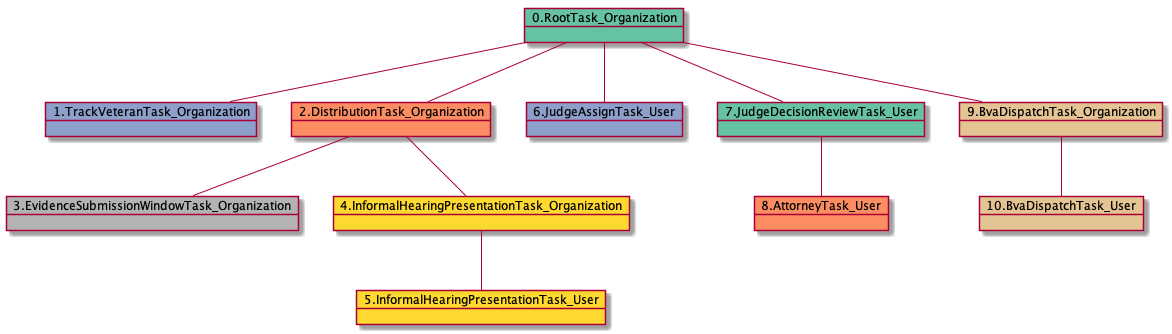
yoomlam/graphing keeps this PlantUML diagram as docs-ES/uml/RTO.TVTO.DTO.ESWTO.IHPTO.IHPTU.JATU.JDRTU-15370.png. Above is the earlier version.
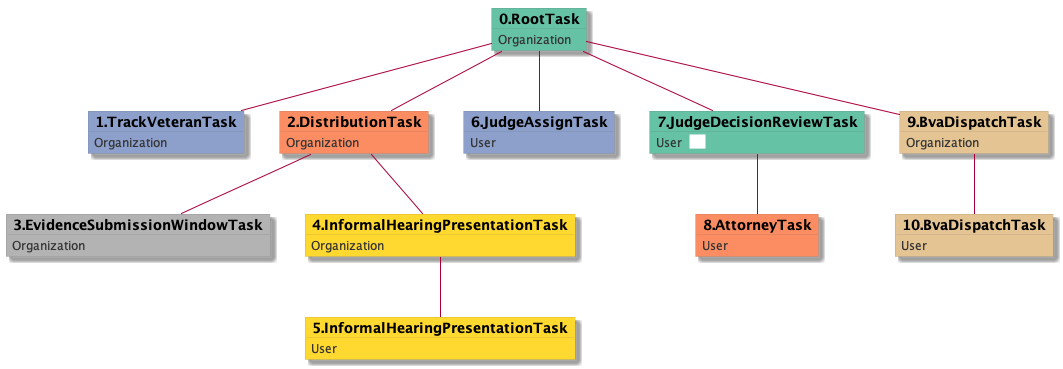
The same diagram one commit later.

What changed in the source:
```diff
@@ -1,23 +1,53 @@
 @startuml
-object 0.RootTask_Organization #66c2a5
-object 1.TrackVeteranTask_Organization #8da0cb
-object 2.DistributionTask_Organization #fc8d62
-object 3.EvidenceSubmissionWindowTask_Organization #b3b3b3
-object 4.InformalHearingPresentationTask_Organization #ffd92f
-object 5.InformalHearingPresentationTask_User #ffd92f
-object 6.JudgeAssignTask_User #8da0cb
-object 7.JudgeDecisionReviewTask_User #66c2a5
-object 8.AttorneyTask_User #fc8d62
-object 9.BvaDispatchTask_Organization #e5c494
-object 10.BvaDispatchTask_User #e5c494
-0.RootTask_Organization -- 1.TrackVeteranTask_Organization
-0.RootTask_Organization -- 2.DistributionTask_Organization
-2.DistributionTask_Organization -- 3.EvidenceSubmissionWindowTask_Organization
-2.DistributionTask_Organization -- 4.InformalHearingPresentationTask_Organization
-4.InformalHearingPresentationTask_Organization -- 5.InformalHearingPresentationTask_User
-0.RootTask_Organization -- 6.JudgeAssignTask_User
-0.RootTask_Organization -- 7.JudgeDecisionReviewTask_User
-7.JudgeDecisionReviewTask_User -- 8.AttorneyTask_User
-0.RootTask_Organization -- 9.BvaDispatchTask_Organization
-9.BvaDispatchTask_Organization -- 10.BvaDispatchTask_User
+skinparam {
+  ObjectBorderColor #555
+  ObjectBorderThickness 0
+  ObjectFontStyle bold
+  ObjectFontSize 14
+  ObjectAttributeFontColor #333
+  ObjectAttributeFontSize 12
+}
+  object 0.RootTask #66c2a5 {
+Organization
+}
+  object 1.TrackVeteranTask #8da0cb {
+Organization
+}
+  object 2.DistributionTask #fc8d62 {
+Organization
+}
+  object 3.EvidenceSubmissionWindowTask #b3b3b3 {
+Organization
+}
+  object 4.InformalHearingPresentationTask #ffd92f {
+Organization
+}
+  object 5.InformalHearingPresentationTask #ffd92f {
+User
+}
+  object 6.JudgeAssignTask #8da0cb {
+User
+}
+  object 7.JudgeDecisionReviewTask #66c2a5 {
+User  <back:white>    </back>
+}
+  object 8.AttorneyTask #fc8d62 {
+User
+}
+  object 9.BvaDispatchTask #e5c494 {
+Organization
+}
+  object 10.BvaDispatchTask #e5c494 {
+User
+}
+0.RootTask -- 1.TrackVeteranTask
+0.RootTask -- 2.DistributionTask
+2.DistributionTask -- 3.EvidenceSubmissionWindowTask
+2.DistributionTask -- 4.InformalHearingPresentationTask
+4.InformalHearingPresentationTask -- 5.InformalHearingPresentationTask
+0.RootTask -- 6.JudgeAssignTask
+0.RootTask -- 7.JudgeDecisionReviewTask
+7.JudgeDecisionReviewTask -- 8.AttorneyTask
+0.RootTask -- 9.BvaDispatchTask
+9.BvaDispatchTask -- 10.BvaDispatchTask
 @enduml
```
